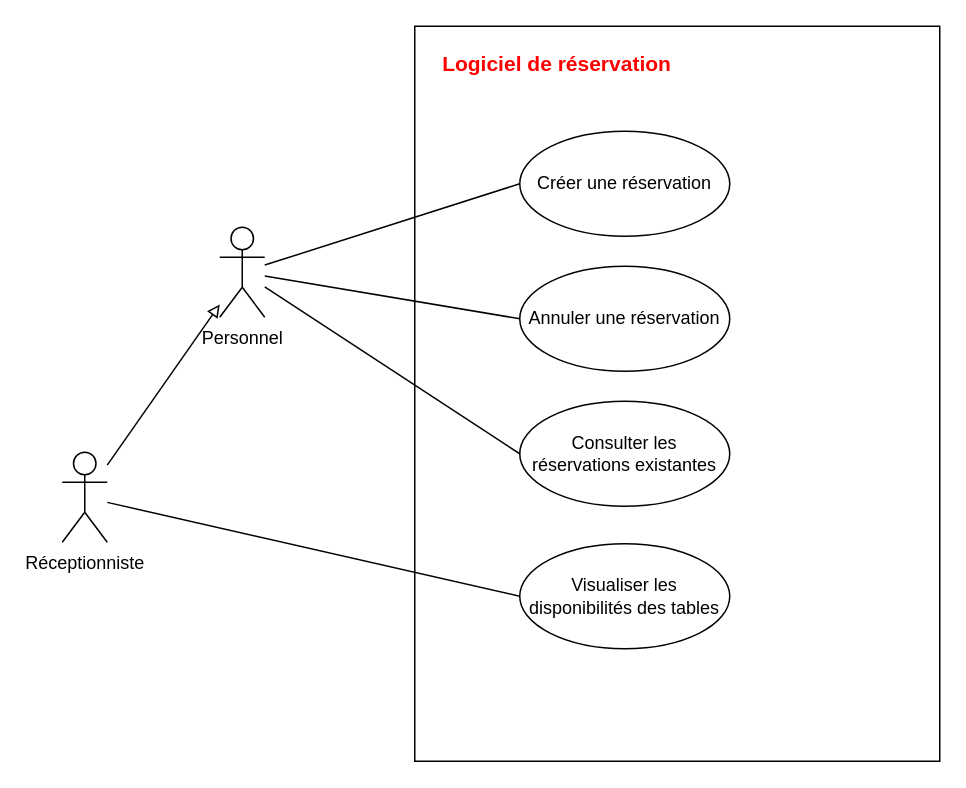
Before: TP_1_UML_Exercice_3.drawio in Mzk-Ali/EXO_M2I_UML, a draw.io diagram. Source tidied: cells renumbered, new cells numbered last; positions are measured from the earlier drawing's top-left corner, leaving out a move shared by most shapes. Both pictures are drawn from the tidied source at 150%, with x=0, y=0 at pixel (62, 26).
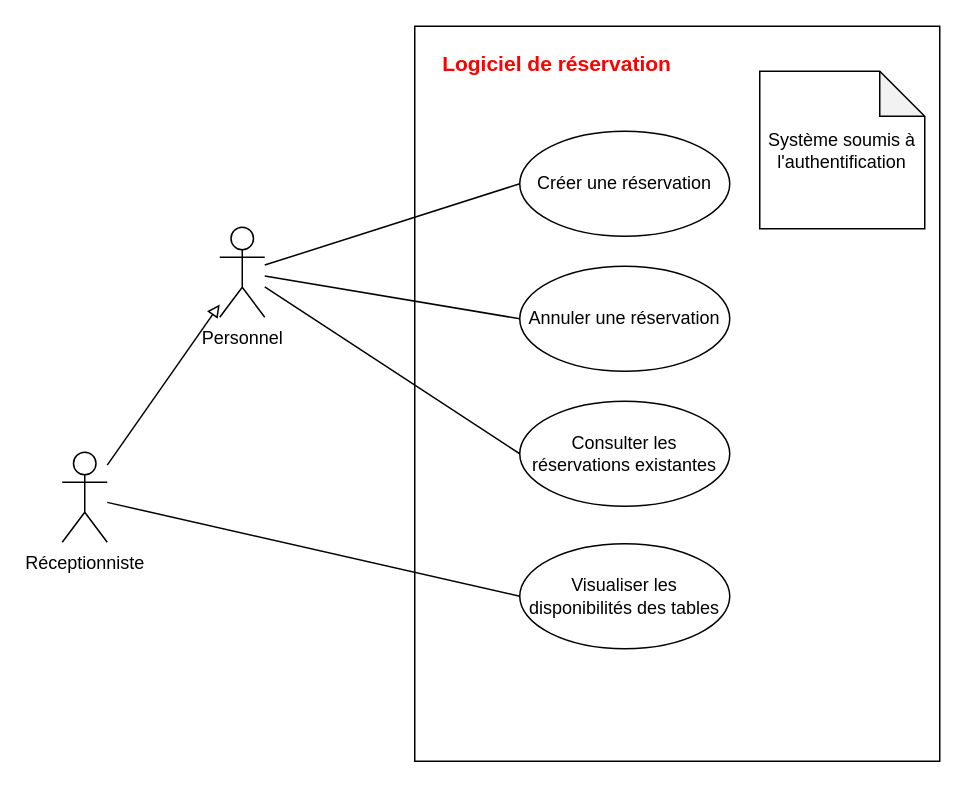
After the change.

Commit message (it also covers changes not shown here):
Mettre à jour TP_1_UML_Exercice_3.drawio

What changed in the source:
```diff
@@
 <mxGraphModel>
   <root>
     <mxCell id="0" />
     <mxCell id="1" parent="0" />
     <mxCell id="2" style="rounded=0;whiteSpace=wrap;html=1;" parent="1" vertex="1">
       <mxGeometry x="235" width="350" height="490" as="geometry" />
     </mxCell>
     <mxCell id="3" style="rounded=0;jettySize=auto;html=1;endArrow=block;endFill=0;" parent="1" edge="1" source="5" target="9">
       <mxGeometry relative="1" as="geometry" />
     </mxCell>
     <mxCell id="4" style="rounded=0;jettySize=auto;html=1;entryX=0;entryY=0.5;entryDx=0;entryDy=0;endArrow=none;startFill=0;" parent="1" edge="1" source="5" target="10">
       <mxGeometry relative="1" as="geometry" />
     </mxCell>
     <mxCell id="5" value="Réceptionniste" style="shape=umlActor;verticalLabelPosition=bottom;verticalAlign=top;html=1;outlineConnect=0;" parent="1" vertex="1">
       <mxGeometry y="284" width="30" height="60" as="geometry" />
     </mxCell>
     <mxCell id="6" style="rounded=0;jettySize=auto;html=1;entryX=0;entryY=0.5;entryDx=0;entryDy=0;endArrow=none;startFill=0;" parent="1" edge="1" source="9" target="11">
       <mxGeometry relative="1" as="geometry" />
     </mxCell>
     <mxCell id="7" style="rounded=0;jettySize=auto;html=1;entryX=0;entryY=0.5;entryDx=0;entryDy=0;endArrow=none;startFill=0;" parent="1" edge="1" source="9" target="12">
       <mxGeometry relative="1" as="geometry" />
     </mxCell>
     <mxCell id="8" style="rounded=0;jettySize=auto;html=1;entryX=0;entryY=0.5;entryDx=0;entryDy=0;endArrow=none;startFill=0;" parent="1" edge="1" source="9" target="13">
       <mxGeometry relative="1" as="geometry" />
     </mxCell>
     <mxCell id="9" value="Personnel" style="shape=umlActor;verticalLabelPosition=bottom;verticalAlign=top;html=1;outlineConnect=0;" parent="1" vertex="1">
       <mxGeometry x="105" y="134" width="30" height="60" as="geometry" />
     </mxCell>
     <mxCell id="10" value="Visualiser les disponibilités des tables" style="ellipse;whiteSpace=wrap;html=1;" parent="1" vertex="1">
       <mxGeometry x="305" y="345" width="140" height="70" as="geometry" />
     </mxCell>
     <mxCell id="11" value="Créer une réservation" style="ellipse;whiteSpace=wrap;html=1;" parent="1" vertex="1">
       <mxGeometry x="305" y="70" width="140" height="70" as="geometry" />
     </mxCell>
     <mxCell id="12" value="Annuler une réservation" style="ellipse;whiteSpace=wrap;html=1;" parent="1" vertex="1">
       <mxGeometry x="305" y="160" width="140" height="70" as="geometry" />
     </mxCell>
     <mxCell id="13" value="Consulter les réservations existantes" style="ellipse;whiteSpace=wrap;html=1;" parent="1" vertex="1">
       <mxGeometry x="305" y="250" width="140" height="70" as="geometry" />
     </mxCell>
     <mxCell id="14" value="&lt;font style=&quot;color: light-dark(rgb(255, 0, 0), rgb(237, 237, 237)); font-size: 14px;&quot;&gt;&lt;b&gt;Logiciel de réservation&lt;/b&gt;&lt;/font&gt;" style="text;html=1;align=center;verticalAlign=middle;whiteSpace=wrap;rounded=0;" parent="1" vertex="1">
       <mxGeometry x="245" y="10" width="170" height="30" as="geometry" />
     </mxCell>
+    <mxCell id="15" value="Système soumis à l'authentification" style="shape=note;whiteSpace=wrap;html=1;backgroundOutline=1;darkOpacity=0.05;" parent="1" vertex="1">
+      <mxGeometry x="465" y="30" width="110" height="105" as="geometry" />
+    </mxCell>
   </root>
 </mxGraphModel>
```
